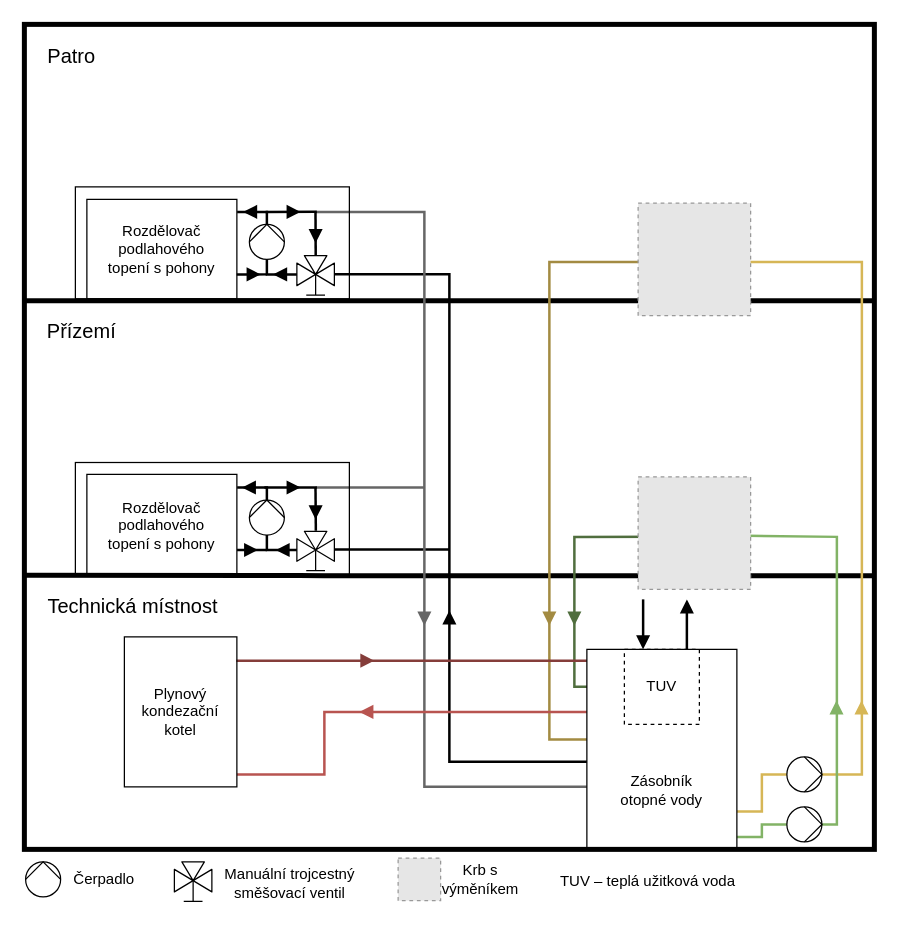
The draw.io diagram images/svg/drawio/otopna-soustava-rez-domu.drawio in RomLab/diploma-thesis, before the edit. Source tidied: cells renumbered, new cells numbered last; positions are measured from the earlier drawing's top-left corner, leaving out a move shared by most shapes. Both pictures are drawn from the tidied source at 125%, with x=0, y=0 at pixel (24, 24). Pictures stored in the file or linked from it are replaced by grey dashed boxes.
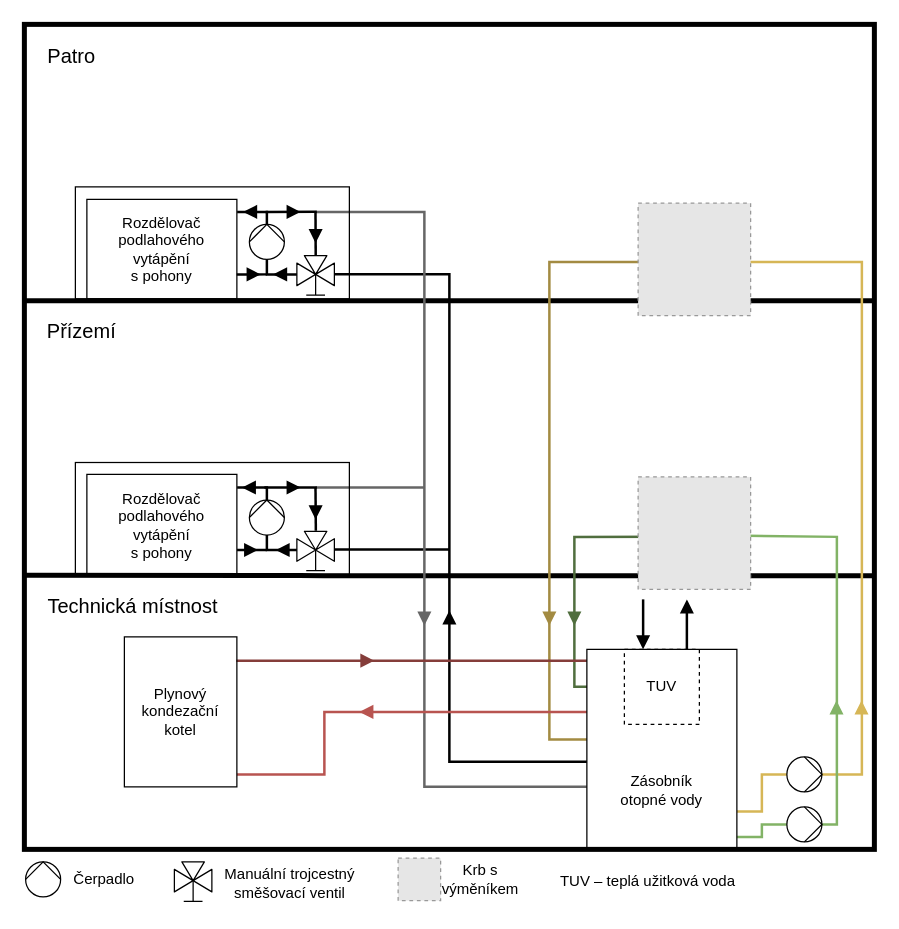
Above is the later version.

Diff of the diagram source:
```diff
@@
-    <mxCell id="41" value="Rozdělovač podlahového topení s pohony" style="text;html=1;strokeColor=none;fillColor=none;align=center;verticalAlign=middle;whiteSpace=wrap;rounded=0;dashed=1;" parent="1" vertex="1">
+    <mxCell id="41" value="Rozdělovač podlahového vytápění&lt;br&gt;s pohony" style="text;html=1;strokeColor=none;fillColor=none;align=center;verticalAlign=middle;whiteSpace=wrap;rounded=0;dashed=1;" parent="1" vertex="1">
       <mxGeometry x="60" y="155.3" width="100" height="50" as="geometry" />
     </mxCell>
-    <mxCell id="42" value="Rozdělovač podlahového topení s pohony" style="text;html=1;strokeColor=none;fillColor=none;align=center;verticalAlign=middle;whiteSpace=wrap;rounded=0;dashed=1;" parent="1" vertex="1">
+    <mxCell id="42" value="Rozdělovač podlahového vytápění &lt;br&gt;s pohony" style="text;html=1;strokeColor=none;fillColor=none;align=center;verticalAlign=middle;whiteSpace=wrap;rounded=0;dashed=1;" parent="1" vertex="1">
       <mxGeometry x="60" y="375.8" width="100" height="50" as="geometry" />
     </mxCell>
```
